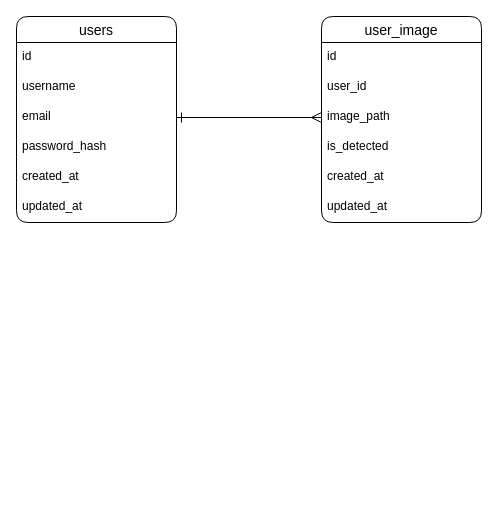
The draw.io diagram flask.dio in sfsf700/flaskbook, before the edit. Source tidied: cells renumbered, new cells numbered last; positions are measured from the earlier drawing's top-left corner, leaving out a move shared by most shapes. Both pictures are drawn from the tidied source at 100%, with x=0, y=0 at pixel (16, 16).
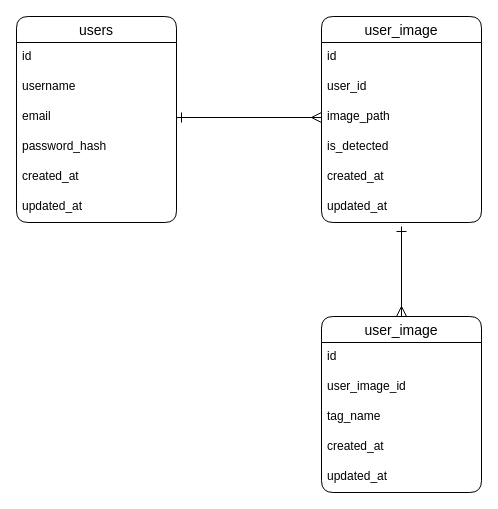
Above is the later version.

The change refers to these unchanged cells:
```xml
<mxCell id="15" value="updated_at" style="text;strokeColor=none;fillColor=none;spacingLeft=4;spacingRight=4;overflow=hidden;points=[[0,0.5],[1,0.5]];portConstraint=eastwest;fontSize=12;" parent="9" vertex="1">
  <mxGeometry y="176" width="160" height="30" as="geometry" />
</mxCell>
```

Diff of the diagram source:
```diff
@@
+    <mxCell id="17" value="user_image" style="swimlane;fontStyle=0;horizontal=1;startSize=26;align=center;fontSize=14;rounded=1;" parent="1" vertex="1">
+      <mxGeometry x="305" y="300" width="160" height="176" as="geometry" />
+    </mxCell>
+    <mxCell id="18" value="id" style="text;strokeColor=none;fillColor=none;spacingLeft=4;spacingRight=4;overflow=hidden;fontSize=12;" parent="17" vertex="1">
+      <mxGeometry y="26" width="160" height="30" as="geometry" />
+    </mxCell>
+    <mxCell id="19" value="user_image_id" style="text;strokeColor=none;fillColor=none;spacingLeft=4;spacingRight=4;overflow=hidden;fontSize=12;gradientColor=none;" parent="17" vertex="1">
+      <mxGeometry y="56" width="160" height="30" as="geometry" />
+    </mxCell>
+    <mxCell id="20" value="tag_name" style="text;strokeColor=none;fillColor=none;spacingLeft=4;spacingRight=4;overflow=hidden;fontSize=12;" parent="17" vertex="1">
+      <mxGeometry y="86" width="160" height="30" as="geometry" />
+    </mxCell>
+    <mxCell id="21" value="created_at" style="text;strokeColor=none;fillColor=none;spacingLeft=4;spacingRight=4;overflow=hidden;fontSize=12;" parent="17" vertex="1">
+      <mxGeometry y="116" width="160" height="30" as="geometry" />
+    </mxCell>
+    <mxCell id="22" value="updated_at" style="text;strokeColor=none;fillColor=none;spacingLeft=4;spacingRight=4;overflow=hidden;fontSize=12;" parent="17" vertex="1">
+      <mxGeometry y="146" width="160" height="30" as="geometry" />
+    </mxCell>
+    <mxCell id="23" style="edgeStyle=none;html=1;exitX=0.5;exitY=1.133;exitDx=0;exitDy=0;entryX=0.5;entryY=0;entryDx=0;entryDy=0;startArrow=ERone;startFill=0;endArrow=ERmany;endFill=0;endSize=8;startSize=8;exitPerimeter=0;" parent="1" edge="1" source="15" target="17">
+      <mxGeometry relative="1" as="geometry" />
+    </mxCell>
```
